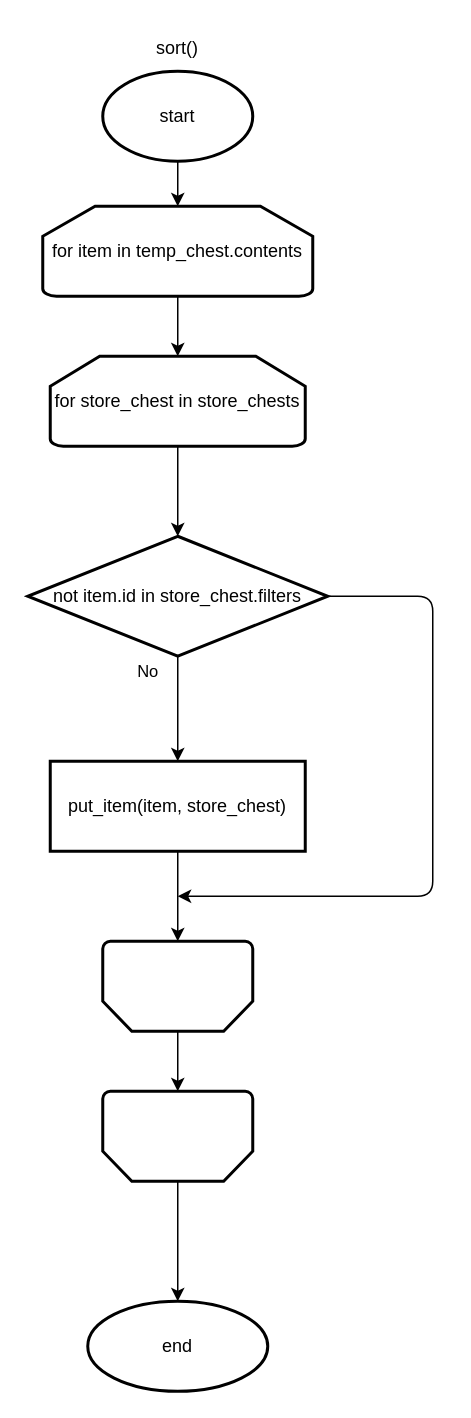
Above: diagram/chest_sorter.drawio in sota70/item-sorter (draw.io), before the change. Source tidied: cells renumbered, new cells numbered last; positions are measured from the earlier drawing's top-left corner, leaving out a move shared by most shapes. Both pictures are drawn from the tidied source at 150%, with x=0, y=0 at pixel (27, 26).
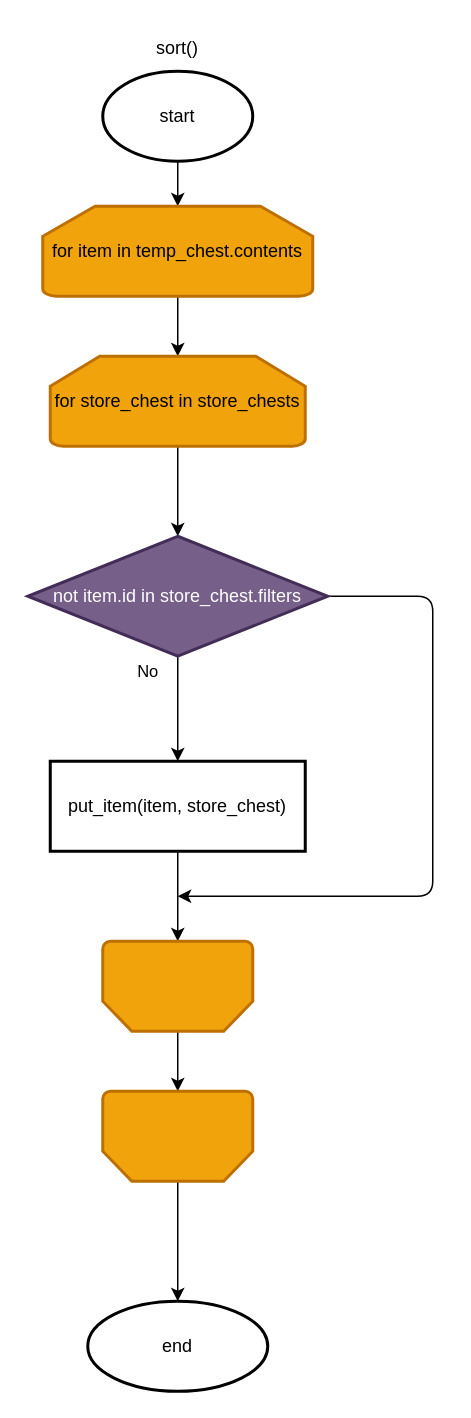
The same page after the edit.

The edit, as a diff of the source:
```diff
@@
-    <mxCell id="6" value="for item in temp_chest.contents" style="strokeWidth=2;html=1;shape=mxgraph.flowchart.loop_limit;whiteSpace=wrap;" parent="1" vertex="1">
+    <mxCell id="6" value="for item in temp_chest.contents" style="strokeWidth=2;html=1;shape=mxgraph.flowchart.loop_limit;whiteSpace=wrap;fillColor=#f0a30a;fontColor=#000000;strokeColor=#BD7000;" parent="1" vertex="1">
       <mxGeometry x="10" y="120" width="180" height="60" as="geometry" />
     </mxCell>
@@
-    <mxCell id="8" value="for store_chest in store_chests" style="strokeWidth=2;html=1;shape=mxgraph.flowchart.loop_limit;whiteSpace=wrap;" parent="1" vertex="1">
+    <mxCell id="8" value="for store_chest in store_chests" style="strokeWidth=2;html=1;shape=mxgraph.flowchart.loop_limit;whiteSpace=wrap;fillColor=#f0a30a;fontColor=#000000;strokeColor=#BD7000;" parent="1" vertex="1">
       <mxGeometry x="15" y="220" width="170" height="60" as="geometry" />
     </mxCell>
@@
-    <mxCell id="11" value="not item.id in store_chest.filters" style="rhombus;whiteSpace=wrap;html=1;strokeWidth=2;" parent="1" vertex="1">
+    <mxCell id="11" value="not item.id in store_chest.filters" style="rhombus;whiteSpace=wrap;html=1;strokeWidth=2;fillColor=#76608a;fontColor=#ffffff;strokeColor=#432D57;" parent="1" vertex="1">
       <mxGeometry y="340" width="200" height="80" as="geometry" />
     </mxCell>
@@
-    <mxCell id="15" style="strokeWidth=2;html=1;shape=mxgraph.flowchart.loop_limit;whiteSpace=wrap;rotation=-180;" parent="1" vertex="1">
+    <mxCell id="15" style="strokeWidth=2;html=1;shape=mxgraph.flowchart.loop_limit;whiteSpace=wrap;rotation=-180;fillColor=#f0a30a;fontColor=#000000;strokeColor=#BD7000;" parent="1" vertex="1">
       <mxGeometry x="50" y="610" width="100" height="60" as="geometry" />
     </mxCell>
@@
-    <mxCell id="17" style="strokeWidth=2;html=1;shape=mxgraph.flowchart.loop_limit;whiteSpace=wrap;rotation=-180;" parent="1" vertex="1">
+    <mxCell id="17" style="strokeWidth=2;html=1;shape=mxgraph.flowchart.loop_limit;whiteSpace=wrap;rotation=-180;fillColor=#f0a30a;fontColor=#000000;strokeColor=#BD7000;" parent="1" vertex="1">
       <mxGeometry x="50" y="710" width="100" height="60" as="geometry" />
     </mxCell>
```
